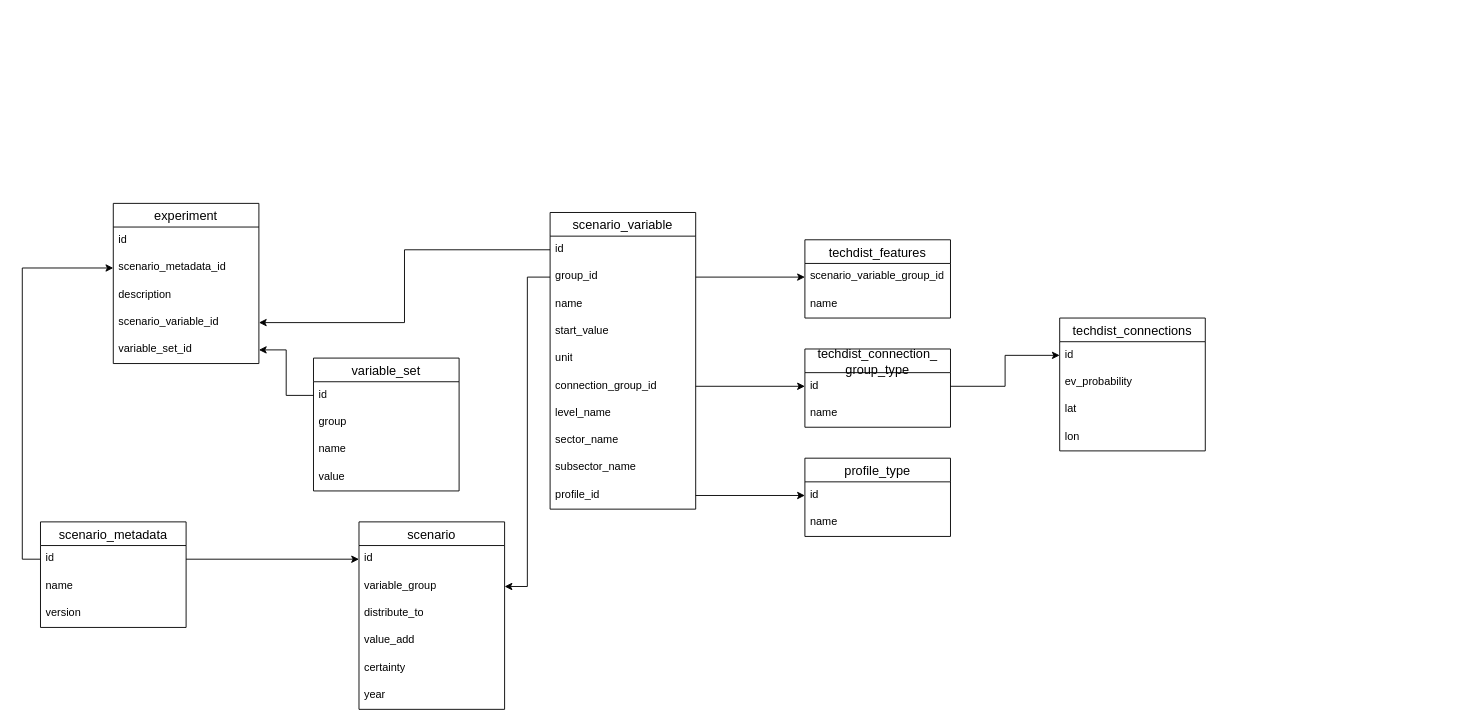
This is datastructuur.drawio from rubenverweij/std_setiam_uml, a draw.io file, before an edit. Source tidied: cells renumbered, new cells numbered last; positions are measured from the earlier drawing's top-left corner, leaving out a move shared by most shapes. Both pictures are drawn from the tidied source at 91%, with x=0, y=0 at pixel (40, 203).
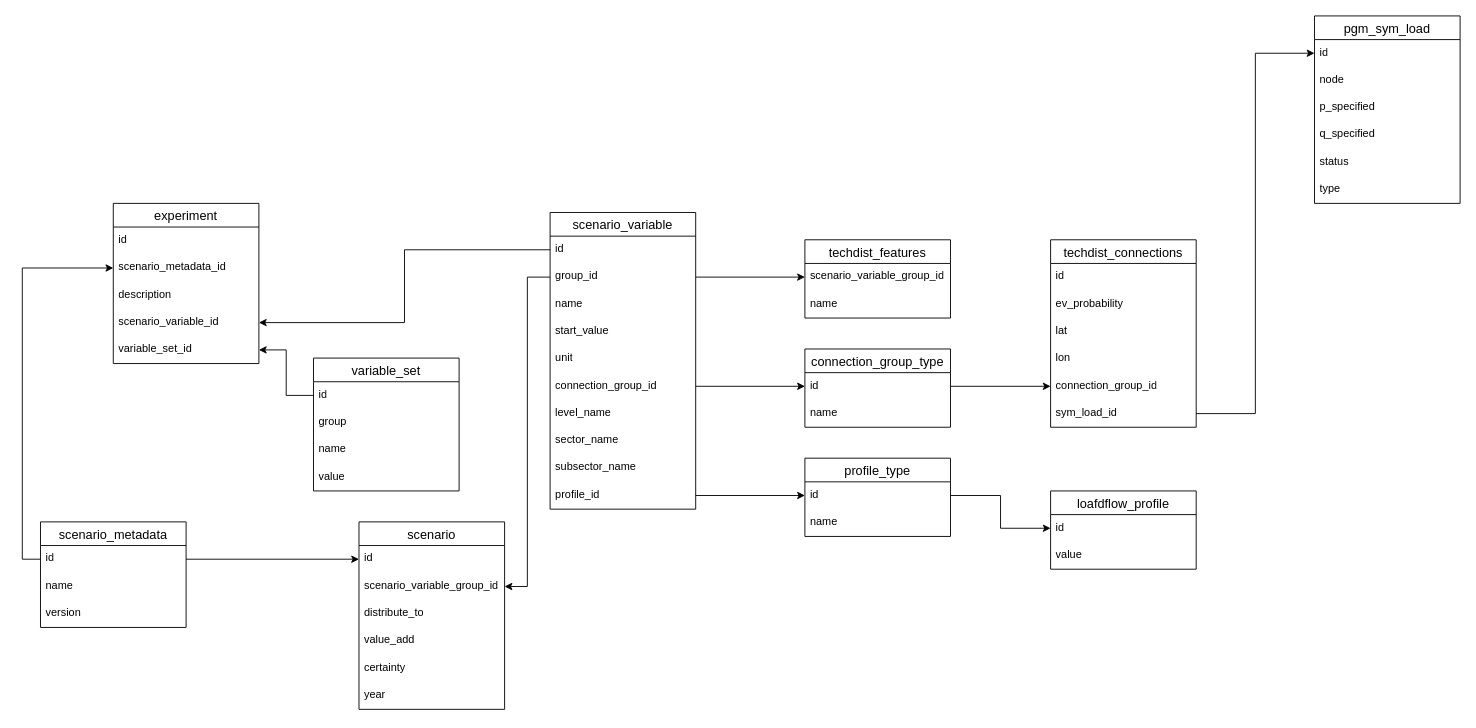
Above is the later version.

Unchanged cells that the change refers to:
```xml
<mxCell id="2" value="scenario" style="swimlane;fontStyle=0;horizontal=1;startSize=26;align=center;fontSize=14;" parent="1" vertex="1">
  <mxGeometry x="350" y="350" width="160" height="206" as="geometry" />
</mxCell>
<mxCell id="29" value="id" style="text;strokeColor=none;fillColor=none;spacingLeft=4;spacingRight=4;overflow=hidden;points=[[0,0.5],[1,0.5]];portConstraint=eastwest;fontSize=12;whiteSpace=wrap;html=1;" parent="28" vertex="1">
  <mxGeometry y="26" width="160" height="30" as="geometry" />
</mxCell>
<mxCell id="34" value="id" style="text;strokeColor=none;fillColor=none;spacingLeft=4;spacingRight=4;overflow=hidden;points=[[0,0.5],[1,0.5]];portConstraint=eastwest;fontSize=12;whiteSpace=wrap;html=1;" parent="33" vertex="1">
  <mxGeometry y="26" width="160" height="30" as="geometry" />
</mxCell>
<mxCell id="47" value="id" style="text;strokeColor=none;fillColor=none;spacingLeft=4;spacingRight=4;overflow=hidden;points=[[0,0.5],[1,0.5]];portConstraint=eastwest;fontSize=12;whiteSpace=wrap;html=1;" parent="46" vertex="1">
  <mxGeometry y="26" width="160" height="30" as="geometry" />
</mxCell>
```

What changed in the source:
```diff
@@
-    <mxCell id="4" value="variable_group" style="text;strokeColor=none;fillColor=none;spacingLeft=4;spacingRight=4;overflow=hidden;points=[[0,0.5],[1,0.5]];portConstraint=eastwest;fontSize=12;whiteSpace=wrap;html=1;" parent="2" vertex="1">
+    <mxCell id="4" value="scenario_variable_group_id" style="text;strokeColor=none;fillColor=none;spacingLeft=4;spacingRight=4;overflow=hidden;points=[[0,0.5],[1,0.5]];portConstraint=eastwest;fontSize=12;whiteSpace=wrap;html=1;" parent="2" vertex="1">
       <mxGeometry y="56" width="160" height="30" as="geometry" />
     </mxCell>
@@
     <mxCell id="28" value="techdist_connections" style="swimlane;fontStyle=0;horizontal=1;startSize=26;align=center;fontSize=14;" parent="1" vertex="1">
-      <mxGeometry x="1120" y="126" width="160" height="146" as="geometry" />
+      <mxGeometry x="1110" y="40" width="160" height="206" as="geometry" />
     </mxCell>
@@
+    <mxCell id="58" value="connection_group_id" style="text;strokeColor=none;fillColor=none;spacingLeft=4;spacingRight=4;overflow=hidden;points=[[0,0.5],[1,0.5]];portConstraint=eastwest;fontSize=12;whiteSpace=wrap;html=1;" parent="28" vertex="1">
+      <mxGeometry y="146" width="160" height="30" as="geometry" />
+    </mxCell>
+    <mxCell id="59" value="sym_load_id" style="text;strokeColor=none;fillColor=none;spacingLeft=4;spacingRight=4;overflow=hidden;points=[[0,0.5],[1,0.5]];portConstraint=eastwest;fontSize=12;whiteSpace=wrap;html=1;" parent="28" vertex="1">
+      <mxGeometry y="176" width="160" height="30" as="geometry" />
+    </mxCell>
-    <mxCell id="33" value="techdist_connection_&#10;group_type" style="swimlane;fontStyle=0;horizontal=1;startSize=26;align=center;fontSize=14;" parent="1" vertex="1">
+    <mxCell id="33" value="connection_group_type" style="swimlane;fontStyle=0;horizontal=1;startSize=26;align=center;fontSize=14;" parent="1" vertex="1">
       <mxGeometry x="840" y="160" width="160" height="86" as="geometry" />
     </mxCell>
@@
-    <mxCell id="57" style="edgeStyle=orthogonalEdgeStyle;rounded=0;jettySize=auto;html=1;exitX=1;exitY=0.5;exitDx=0;exitDy=0;entryX=0;entryY=0.5;entryDx=0;entryDy=0;" parent="1" edge="1" source="34" target="29">
-      <mxGeometry relative="1" as="geometry" />
-    </mxCell>
+    <mxCell id="60" value="loafdflow_profile" style="swimlane;fontStyle=0;horizontal=1;startSize=26;align=center;fontSize=14;" parent="1" vertex="1">
+      <mxGeometry x="1110" y="316" width="160" height="86" as="geometry" />
+    </mxCell>
+    <mxCell id="61" value="id" style="text;strokeColor=none;fillColor=none;spacingLeft=4;spacingRight=4;overflow=hidden;points=[[0,0.5],[1,0.5]];portConstraint=eastwest;fontSize=12;whiteSpace=wrap;html=1;" parent="60" vertex="1">
+      <mxGeometry y="26" width="160" height="30" as="geometry" />
+    </mxCell>
+    <mxCell id="62" value="value" style="text;strokeColor=none;fillColor=none;spacingLeft=4;spacingRight=4;overflow=hidden;fontSize=12;whiteSpace=wrap;html=1;" parent="60" vertex="1">
+      <mxGeometry y="56" width="160" height="30" as="geometry" />
+    </mxCell>
+    <mxCell id="63" style="edgeStyle=orthogonalEdgeStyle;rounded=0;jettySize=auto;html=1;entryX=0;entryY=0.5;entryDx=0;entryDy=0;" parent="1" edge="1" source="47" target="61">
+      <mxGeometry relative="1" as="geometry" />
+    </mxCell>
+    <mxCell id="64" style="edgeStyle=orthogonalEdgeStyle;rounded=0;jettySize=auto;html=1;exitX=1;exitY=0.5;exitDx=0;exitDy=0;entryX=0;entryY=0.5;entryDx=0;entryDy=0;" parent="1" edge="1" source="34" target="58">
+      <mxGeometry relative="1" as="geometry" />
+    </mxCell>
+    <mxCell id="65" value="pgm_sym_load" style="swimlane;fontStyle=0;horizontal=1;startSize=26;align=center;fontSize=14;" parent="1" vertex="1">
+      <mxGeometry x="1400" y="-206" width="160" height="206" as="geometry" />
+    </mxCell>
+    <mxCell id="66" value="id" style="text;strokeColor=none;fillColor=none;spacingLeft=4;spacingRight=4;overflow=hidden;points=[[0,0.5],[1,0.5]];portConstraint=eastwest;fontSize=12;whiteSpace=wrap;html=1;" parent="65" vertex="1">
+      <mxGeometry y="26" width="160" height="30" as="geometry" />
+    </mxCell>
+    <mxCell id="67" value="node" style="text;strokeColor=none;fillColor=none;spacingLeft=4;spacingRight=4;overflow=hidden;fontSize=12;whiteSpace=wrap;html=1;" parent="65" vertex="1">
+      <mxGeometry y="56" width="160" height="30" as="geometry" />
+    </mxCell>
+    <mxCell id="68" value="p_specified" style="text;strokeColor=none;fillColor=none;spacingLeft=4;spacingRight=4;overflow=hidden;fontSize=12;whiteSpace=wrap;html=1;" parent="65" vertex="1">
+      <mxGeometry y="86" width="160" height="30" as="geometry" />
+    </mxCell>
+    <mxCell id="69" value="q_specified" style="text;strokeColor=none;fillColor=none;spacingLeft=4;spacingRight=4;overflow=hidden;fontSize=12;whiteSpace=wrap;html=1;" parent="65" vertex="1">
+      <mxGeometry y="116" width="160" height="30" as="geometry" />
+    </mxCell>
+    <mxCell id="70" value="status" style="text;strokeColor=none;fillColor=none;spacingLeft=4;spacingRight=4;overflow=hidden;fontSize=12;whiteSpace=wrap;html=1;" parent="65" vertex="1">
+      <mxGeometry y="146" width="160" height="30" as="geometry" />
+    </mxCell>
+    <mxCell id="71" value="type" style="text;strokeColor=none;fillColor=none;spacingLeft=4;spacingRight=4;overflow=hidden;fontSize=12;whiteSpace=wrap;html=1;" parent="65" vertex="1">
+      <mxGeometry y="176" width="160" height="30" as="geometry" />
+    </mxCell>
+    <mxCell id="72" style="edgeStyle=orthogonalEdgeStyle;rounded=0;jettySize=auto;html=1;exitX=1;exitY=0.5;exitDx=0;exitDy=0;entryX=0;entryY=0.5;entryDx=0;entryDy=0;" parent="1" edge="1" source="59" target="66">
+      <mxGeometry relative="1" as="geometry" />
+    </mxCell>
```
